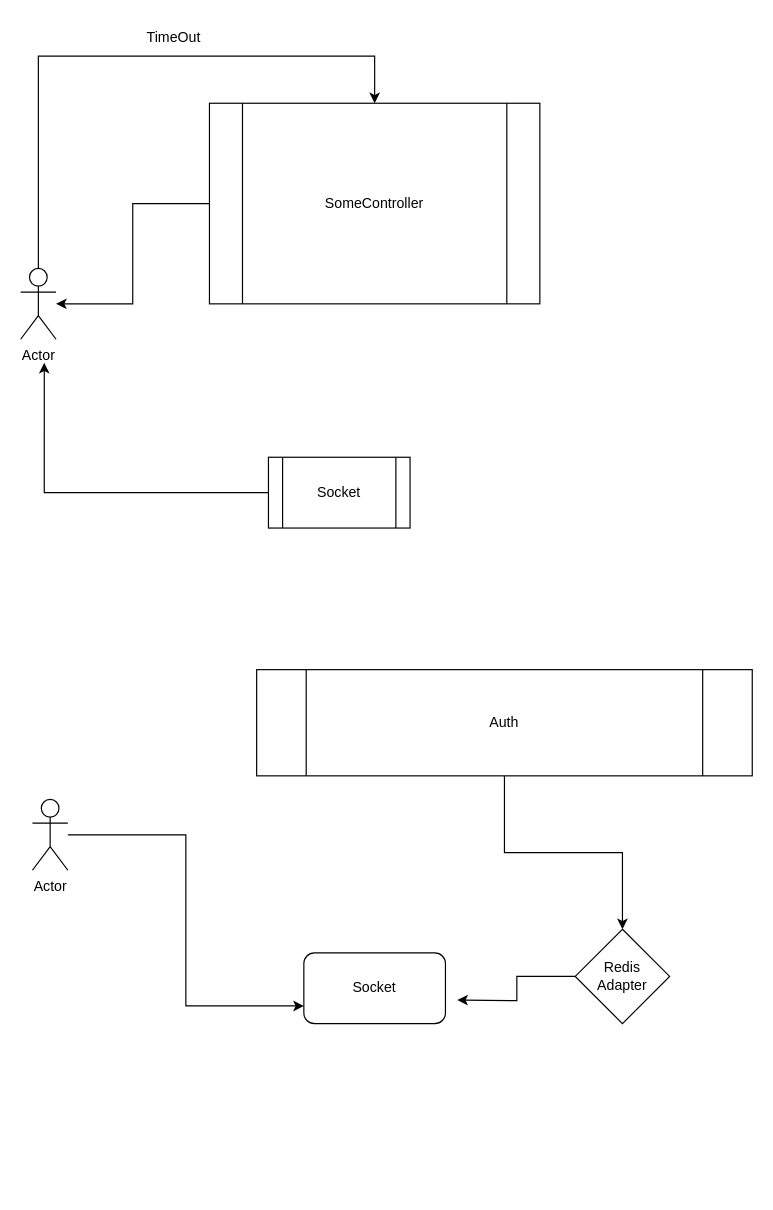
Above: page "Сторінка-10" (10 of 11) of Diagrams/azure.drawio in ninydev/pv111 (draw.io), before the change. Source tidied: cells renumbered, new cells numbered last; positions are measured from the earlier drawing's top-left corner, leaving out a move shared by most shapes. Both pictures are drawn from the tidied source at 118%, with x=0, y=0 at pixel (20, 20).
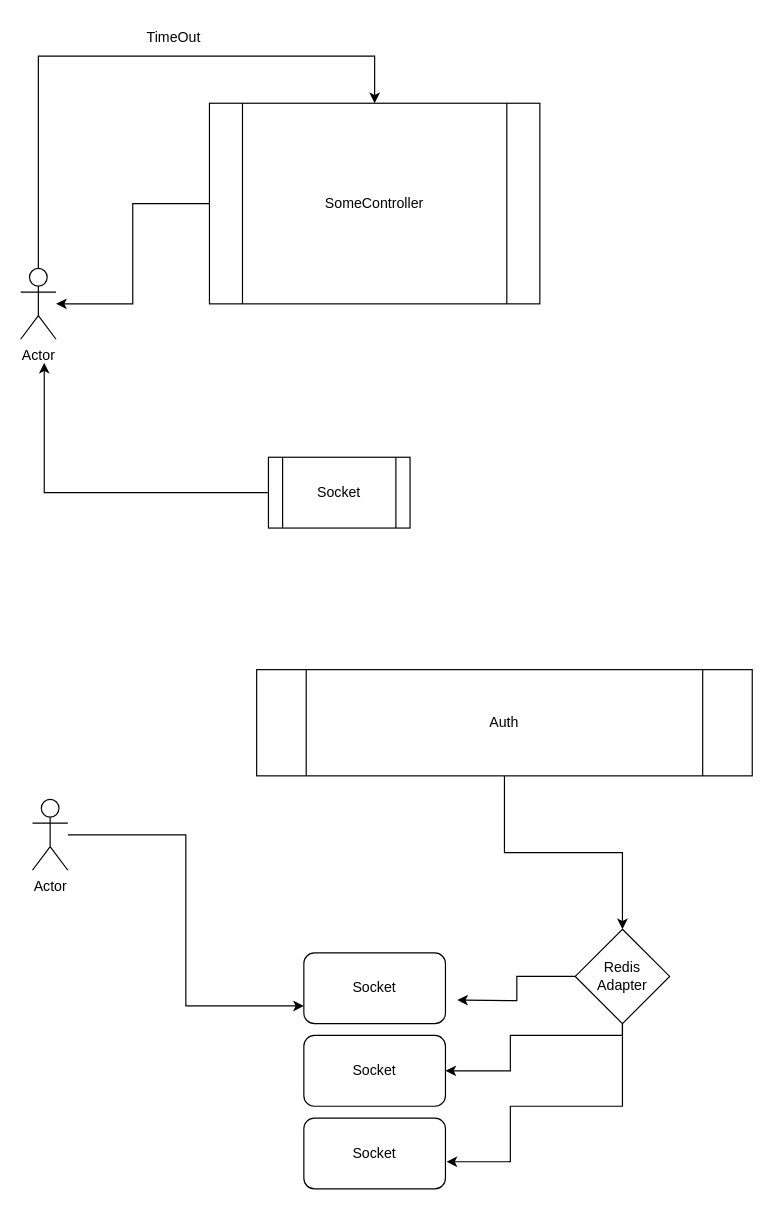
After the change.

Unchanged cells that the change refers to:
```xml
<mxCell id="15" value="Redis&lt;br&gt;Adapter" style="rhombus;whiteSpace=wrap;html=1;" parent="1" vertex="1">
  <mxGeometry x="470" y="770" width="80" height="80" as="geometry" />
</mxCell>
```

What changed in the source:
```diff
@@
+    <mxCell id="16" style="edgeStyle=orthogonalEdgeStyle;rounded=0;jettySize=auto;html=1;entryX=1;entryY=0.5;entryDx=0;entryDy=0;" parent="1" edge="1" source="15" target="17">
+      <mxGeometry relative="1" as="geometry">
+        <Array as="points">
+          <mxPoint x="510" y="860" />
+          <mxPoint x="415" y="860" />
+          <mxPoint x="415" y="890" />
+        </Array>
+      </mxGeometry>
+    </mxCell>
@@
+    <mxCell id="17" value="Socket" style="rounded=1;whiteSpace=wrap;html=1;" parent="1" vertex="1">
+      <mxGeometry x="240" y="860" width="120" height="60" as="geometry" />
+    </mxCell>
+    <mxCell id="18" value="Socket" style="rounded=1;whiteSpace=wrap;html=1;" parent="1" vertex="1">
+      <mxGeometry x="240" y="930" width="120" height="60" as="geometry" />
+    </mxCell>
+    <mxCell id="19" style="edgeStyle=orthogonalEdgeStyle;rounded=0;jettySize=auto;html=1;entryX=1.008;entryY=0.617;entryDx=0;entryDy=0;entryPerimeter=0;" parent="1" edge="1" source="15" target="18">
+      <mxGeometry relative="1" as="geometry">
+        <Array as="points">
+          <mxPoint x="510" y="920" />
+          <mxPoint x="415" y="920" />
+          <mxPoint x="415" y="967" />
+        </Array>
+      </mxGeometry>
+    </mxCell>
```
